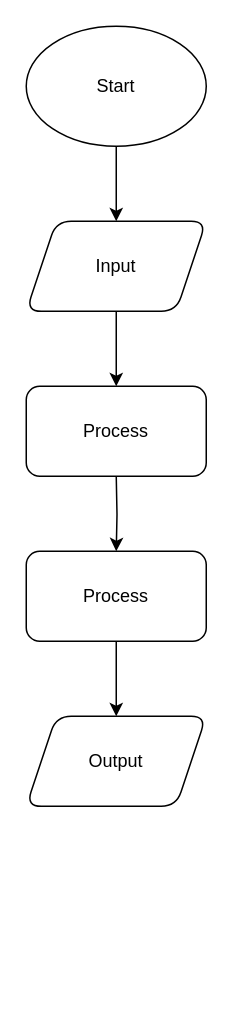
Earlier version of the draw.io diagram Basic Example 03/18/25.drawio (ZeroGravityX1/SDEV120). Source tidied: cells renumbered, new cells numbered last; positions are measured from the earlier drawing's top-left corner, leaving out a move shared by most shapes. Both pictures are drawn from the tidied source at 150%, with x=0, y=0 at pixel (26, 26).
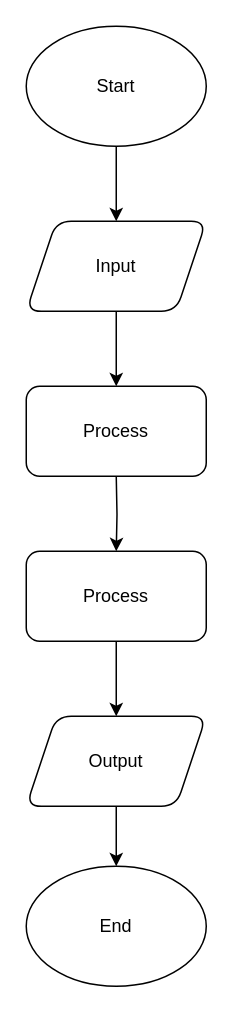
The same page after the edit.

Diff of the diagram source:
```diff
@@
 <mxGraphModel>
   <root>
     <mxCell id="0" />
     <mxCell id="1" parent="0" />
     <mxCell id="2" style="edgeStyle=orthogonalEdgeStyle;rounded=0;jettySize=auto;html=1;" parent="1" edge="1" source="3" target="10">
       <mxGeometry relative="1" as="geometry" />
     </mxCell>
     <mxCell id="3" value="Start" style="ellipse;whiteSpace=wrap;html=1;" parent="1" vertex="1">
       <mxGeometry width="120" height="80" as="geometry" />
     </mxCell>
     <mxCell id="4" style="edgeStyle=orthogonalEdgeStyle;rounded=0;orthogonalLoop=1;jettySize=auto;html=1;" parent="1" edge="1">
       <mxGeometry relative="1" as="geometry">
         <mxPoint x="60" y="190" as="sourcePoint" />
         <mxPoint x="60" y="240" as="targetPoint" />
       </mxGeometry>
     </mxCell>
     <mxCell id="5" style="edgeStyle=orthogonalEdgeStyle;rounded=0;jettySize=auto;html=1;" parent="1" edge="1" target="7">
       <mxGeometry relative="1" as="geometry">
         <mxPoint x="60" y="300" as="sourcePoint" />
       </mxGeometry>
     </mxCell>
     <mxCell id="6" style="edgeStyle=orthogonalEdgeStyle;rounded=0;jettySize=auto;html=1;" parent="1" edge="1" source="7" target="9">
       <mxGeometry relative="1" as="geometry" />
     </mxCell>
     <mxCell id="7" value="Process" style="rounded=1;whiteSpace=wrap;html=1;" parent="1" vertex="1">
       <mxGeometry y="350" width="120" height="60" as="geometry" />
     </mxCell>
     <mxCell id="8" value="Process" style="rounded=1;whiteSpace=wrap;html=1;" parent="1" vertex="1">
       <mxGeometry y="240" width="120" height="60" as="geometry" />
     </mxCell>
+    <mxCell id="11" style="edgeStyle=orthogonalEdgeStyle;rounded=0;jettySize=auto;html=1;" parent="1" edge="1" source="9" target="12">
+      <mxGeometry relative="1" as="geometry" />
+    </mxCell>
     <mxCell id="9" value="Output" style="shape=parallelogram;perimeter=parallelogramPerimeter;whiteSpace=wrap;html=1;fixedSize=1;rounded=1;" parent="1" vertex="1">
       <mxGeometry y="460" width="120" height="60" as="geometry" />
     </mxCell>
     <mxCell id="10" value="Input" style="shape=parallelogram;perimeter=parallelogramPerimeter;whiteSpace=wrap;html=1;fixedSize=1;rounded=1;" parent="1" vertex="1">
       <mxGeometry y="130" width="120" height="60" as="geometry" />
     </mxCell>
+    <mxCell id="12" value="End" style="ellipse;whiteSpace=wrap;html=1;" parent="1" vertex="1">
+      <mxGeometry y="560" width="120" height="80" as="geometry" />
+    </mxCell>
   </root>
 </mxGraphModel>
```
